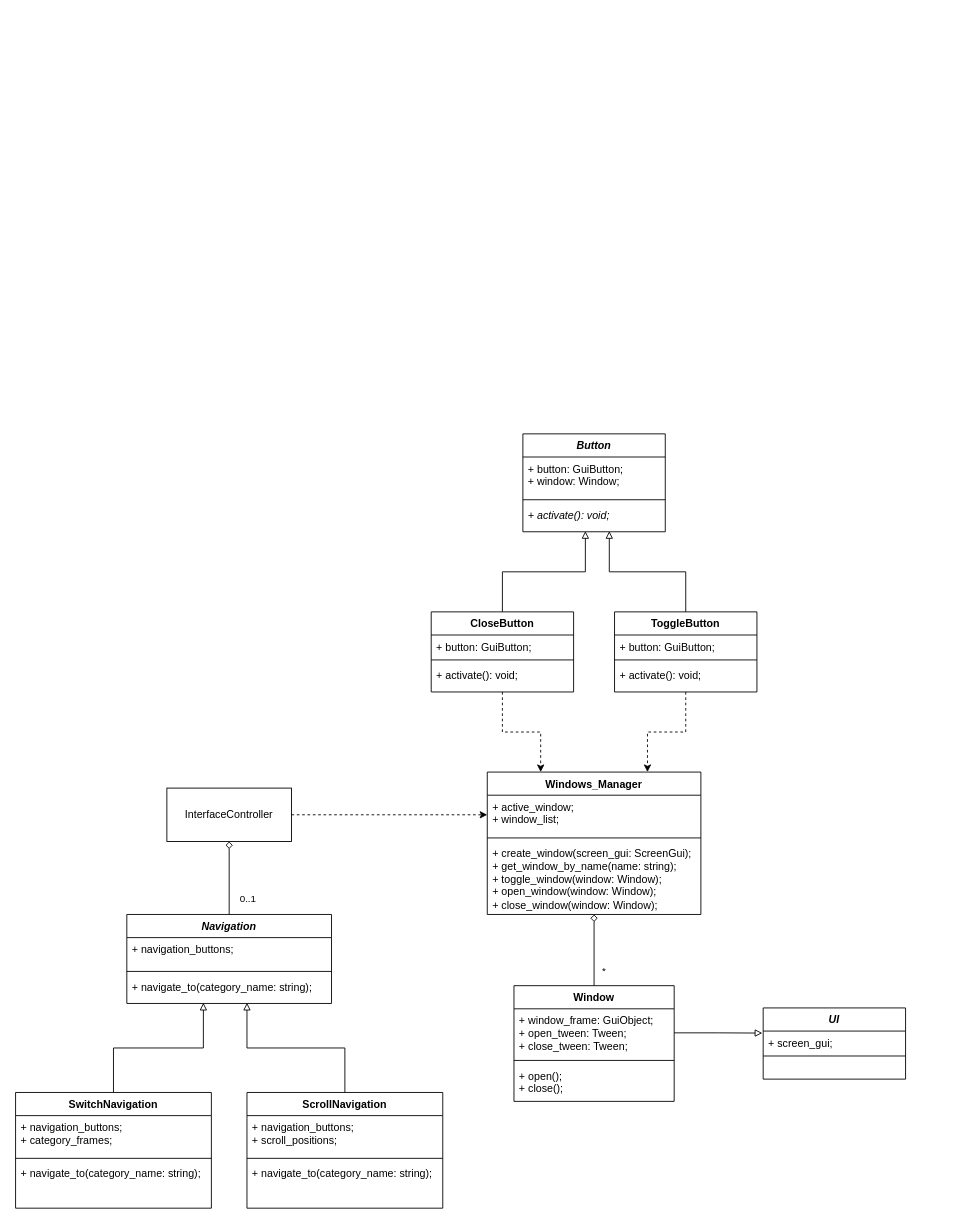
Before: UI_Manager.drawio in olimaly/Diagrams, a draw.io diagram. Source tidied: cells renumbered, new cells numbered last; positions are measured from the earlier drawing's top-left corner, leaving out a move shared by most shapes. Both pictures are drawn from the tidied source at 89%, with x=0, y=0 at pixel (15, 433).
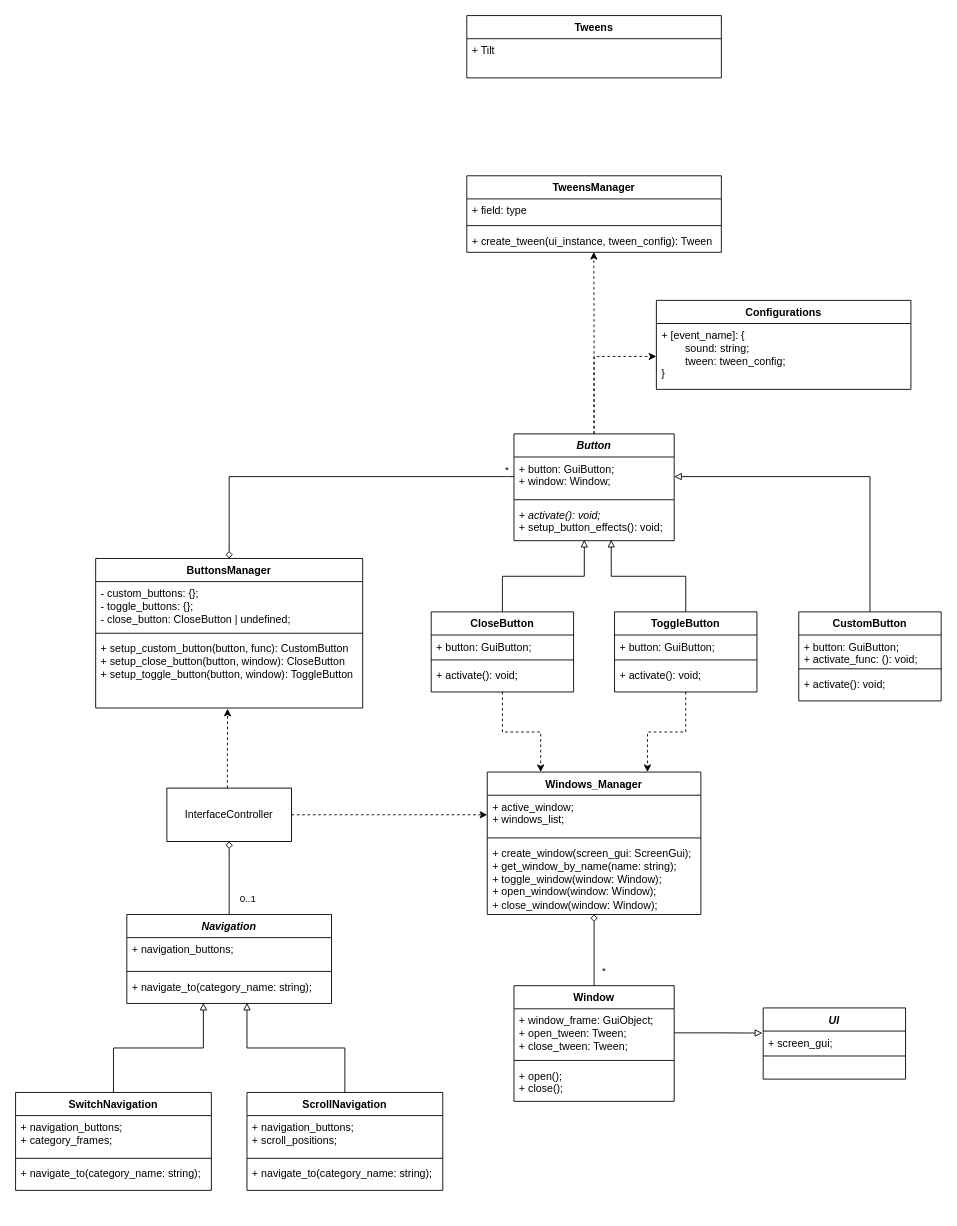
Above is the later version.

The change refers to these unchanged cells:
```xml
<mxCell id="38" value="Windows_Manager" style="swimlane;fontStyle=1;align=center;verticalAlign=top;horizontal=1;startSize=26;whiteSpace=wrap;html=1;" parent="1" vertex="1">
  <mxGeometry x="530" y="380" width="240" height="160" as="geometry" />
</mxCell>
<mxCell id="50" value="InterfaceController" style="html=1;whiteSpace=wrap;" parent="1" vertex="1">
  <mxGeometry x="170" y="398" width="140" height="60" as="geometry" />
</mxCell>
```

The edit, as a diff of the source:
```diff
@@
+    <mxCell id="51" style="edgeStyle=orthogonalEdgeStyle;rounded=0;jettySize=auto;html=1;entryX=0;entryY=0.5;entryDx=0;entryDy=0;dashed=1;" parent="1" edge="1" source="20" target="69">
+      <mxGeometry relative="1" as="geometry" />
+    </mxCell>
     <mxCell id="20" value="&lt;i&gt;Button&lt;/i&gt;" style="swimlane;fontStyle=1;align=center;verticalAlign=top;horizontal=1;startSize=26;whiteSpace=wrap;html=1;" parent="1" vertex="1">
-      <mxGeometry x="570" width="160" height="110" as="geometry" />
+      <mxGeometry x="560" width="180" height="120" as="geometry" />
     </mxCell>
     <mxCell id="21" value="&lt;div&gt;+ button: GuiButton;&lt;/div&gt;&lt;div&gt;+ window: Window;&lt;/div&gt;" style="text;strokeColor=none;fillColor=none;align=left;verticalAlign=top;spacingLeft=4;spacingRight=4;overflow=hidden;points=[[0,0.5],[1,0.5]];portConstraint=eastwest;whiteSpace=wrap;html=1;" parent="20" vertex="1">
-      <mxGeometry y="26" width="160" height="44" as="geometry" />
+      <mxGeometry y="26" width="180" height="44" as="geometry" />
     </mxCell>
     <mxCell id="22" style="line;strokeWidth=1;fillColor=none;align=left;verticalAlign=middle;spacingTop=-1;spacingLeft=3;spacingRight=3;labelPosition=right;strokeColor=inherit;" parent="20" vertex="1">
-      <mxGeometry y="70" width="160" height="8" as="geometry" />
+      <mxGeometry y="70" width="180" height="8" as="geometry" />
     </mxCell>
-    <mxCell id="23" value="&lt;div&gt;&lt;i&gt;+ activate(): void;&lt;/i&gt;&lt;/div&gt;" style="text;strokeColor=none;fillColor=none;align=left;verticalAlign=top;spacingLeft=4;spacingRight=4;overflow=hidden;points=[[0,0.5],[1,0.5]];portConstraint=eastwest;whiteSpace=wrap;html=1;" parent="20" vertex="1">
-      <mxGeometry y="78" width="160" height="32" as="geometry" />
+    <mxCell id="23" value="&lt;div&gt;&lt;i&gt;+ activate(): void;&lt;/i&gt;&lt;/div&gt;&lt;div&gt;+ setup_button_effects(): void;&lt;/div&gt;" style="text;strokeColor=none;fillColor=none;align=left;verticalAlign=top;spacingLeft=4;spacingRight=4;overflow=hidden;points=[[0,0.5],[1,0.5]];portConstraint=eastwest;whiteSpace=wrap;html=1;" parent="20" vertex="1">
+      <mxGeometry y="78" width="180" height="42" as="geometry" />
     </mxCell>
@@
     <mxCell id="28" value="ScrollNavigation" style="swimlane;fontStyle=1;align=center;verticalAlign=top;horizontal=1;startSize=26;whiteSpace=wrap;html=1;" parent="1" vertex="1">
-      <mxGeometry x="260" y="740" width="220" height="130" as="geometry" />
+      <mxGeometry x="260" y="740" width="220" height="110" as="geometry" />
     </mxCell>
@@
     <mxCell id="31" value="&lt;div&gt;+ navigate_to(category_name: string);&lt;/div&gt;" style="text;strokeColor=none;fillColor=none;align=left;verticalAlign=top;spacingLeft=4;spacingRight=4;overflow=hidden;whiteSpace=wrap;html=1;" parent="28" vertex="1">
-      <mxGeometry y="78" width="220" height="52" as="geometry" />
+      <mxGeometry y="78" width="220" height="32" as="geometry" />
     </mxCell>
     <mxCell id="32" value="SwitchNavigation" style="swimlane;fontStyle=1;align=center;verticalAlign=top;horizontal=1;startSize=26;whiteSpace=wrap;html=1;" parent="1" vertex="1">
-      <mxGeometry y="740" width="220" height="130" as="geometry" />
+      <mxGeometry y="740" width="220" height="110" as="geometry" />
     </mxCell>
@@
     <mxCell id="35" value="&lt;div&gt;+ navigate_to(category_name: string);&lt;/div&gt;" style="text;strokeColor=none;fillColor=none;align=left;verticalAlign=top;spacingLeft=4;spacingRight=4;overflow=hidden;whiteSpace=wrap;html=1;" parent="32" vertex="1">
-      <mxGeometry y="78" width="220" height="52" as="geometry" />
+      <mxGeometry y="78" width="220" height="32" as="geometry" />
     </mxCell>
@@
-    <mxCell id="39" value="&lt;div&gt;+ active_window;&lt;/div&gt;&lt;div&gt;+ window_list;&lt;/div&gt;" style="text;strokeColor=none;fillColor=none;align=left;verticalAlign=top;spacingLeft=4;spacingRight=4;overflow=hidden;points=[[0,0.5],[1,0.5]];portConstraint=eastwest;whiteSpace=wrap;html=1;" parent="38" vertex="1">
+    <mxCell id="39" value="&lt;div&gt;+ active_window;&lt;/div&gt;&lt;div&gt;+ windows_list;&lt;/div&gt;" style="text;strokeColor=none;fillColor=none;align=left;verticalAlign=top;spacingLeft=4;spacingRight=4;overflow=hidden;points=[[0,0.5],[1,0.5]];portConstraint=eastwest;whiteSpace=wrap;html=1;" parent="38" vertex="1">
       <mxGeometry y="26" width="240" height="44" as="geometry" />
     </mxCell>
@@
+    <mxCell id="52" style="edgeStyle=orthogonalEdgeStyle;rounded=0;jettySize=auto;html=1;entryX=1;entryY=0.5;entryDx=0;entryDy=0;endArrow=block;endFill=0;" parent="1" edge="1" source="53" target="21">
+      <mxGeometry relative="1" as="geometry" />
+    </mxCell>
+    <mxCell id="53" value="CustomButton&lt;div&gt;&lt;br&gt;&lt;/div&gt;" style="swimlane;fontStyle=1;align=center;verticalAlign=top;horizontal=1;startSize=26;whiteSpace=wrap;html=1;" parent="1" vertex="1">
+      <mxGeometry x="880" y="200" width="160" height="100" as="geometry" />
+    </mxCell>
+    <mxCell id="54" value="&lt;div&gt;+ button: GuiButton;&lt;/div&gt;&lt;div&gt;+ activate_func: (): void;&lt;/div&gt;&lt;div&gt;&lt;br&gt;&lt;/div&gt;" style="text;strokeColor=none;fillColor=none;align=left;verticalAlign=top;spacingLeft=4;spacingRight=4;overflow=hidden;whiteSpace=wrap;html=1;" parent="53" vertex="1">
+      <mxGeometry y="26" width="160" height="34" as="geometry" />
+    </mxCell>
+    <mxCell id="55" style="line;strokeWidth=1;fillColor=none;align=left;verticalAlign=middle;spacingTop=-1;spacingLeft=3;spacingRight=3;labelPosition=right;strokeColor=inherit;" parent="53" vertex="1">
+      <mxGeometry y="60" width="160" height="8" as="geometry" />
+    </mxCell>
+    <mxCell id="56" value="&lt;div&gt;+ activate(): void;&lt;/div&gt;" style="text;strokeColor=none;fillColor=none;align=left;verticalAlign=top;spacingLeft=4;spacingRight=4;overflow=hidden;whiteSpace=wrap;html=1;" parent="53" vertex="1">
+      <mxGeometry y="68" width="160" height="32" as="geometry" />
+    </mxCell>
+    <mxCell id="57" value="TweensManager" style="swimlane;fontStyle=1;align=center;verticalAlign=top;horizontal=1;startSize=26;whiteSpace=wrap;html=1;" parent="1" vertex="1">
+      <mxGeometry x="507" y="-290" width="286" height="86" as="geometry" />
+    </mxCell>
+    <mxCell id="58" value="+ field: type" style="text;strokeColor=none;fillColor=none;align=left;verticalAlign=top;spacingLeft=4;spacingRight=4;overflow=hidden;whiteSpace=wrap;html=1;" parent="57" vertex="1">
+      <mxGeometry y="26" width="286" height="26" as="geometry" />
+    </mxCell>
+    <mxCell id="59" style="line;strokeWidth=1;fillColor=none;align=left;verticalAlign=middle;spacingTop=-1;spacingLeft=3;spacingRight=3;labelPosition=right;strokeColor=inherit;" parent="57" vertex="1">
+      <mxGeometry y="52" width="286" height="8" as="geometry" />
+    </mxCell>
+    <mxCell id="60" value="+ create_tween(ui_instance, tween_config): Tween" style="text;strokeColor=none;fillColor=none;align=left;verticalAlign=top;spacingLeft=4;spacingRight=4;overflow=hidden;points=[[0,0.5],[1,0.5]];portConstraint=eastwest;whiteSpace=wrap;html=1;" parent="57" vertex="1">
+      <mxGeometry y="60" width="286" height="26" as="geometry" />
+    </mxCell>
+    <mxCell id="61" style="edgeStyle=orthogonalEdgeStyle;rounded=0;jettySize=auto;html=1;entryX=0;entryY=0.5;entryDx=0;entryDy=0;endArrow=none;endFill=0;startArrow=diamond;startFill=0;" parent="1" edge="1" source="63" target="21">
+      <mxGeometry relative="1" as="geometry" />
+    </mxCell>
+    <mxCell id="62" value="*" style="edgeLabel;html=1;align=center;verticalAlign=middle;" parent="61" vertex="1">
+      <mxGeometry x="0.92" y="2" relative="1" as="geometry">
+        <mxPoint x="7" y="-6" as="offset" />
+      </mxGeometry>
+    </mxCell>
+    <mxCell id="63" value="ButtonsManager" style="swimlane;fontStyle=1;align=center;verticalAlign=top;horizontal=1;startSize=26;whiteSpace=wrap;html=1;" parent="1" vertex="1">
+      <mxGeometry x="90" y="140" width="300" height="168" as="geometry" />
+    </mxCell>
+    <mxCell id="64" value="- custom_buttons: {};&lt;div&gt;- toggle_buttons: {};&lt;br&gt;&lt;div&gt;- close_button: CloseButton | undefined;&lt;/div&gt;&lt;div&gt;&lt;br&gt;&lt;/div&gt;&lt;div&gt;&amp;nbsp;&lt;/div&gt;&lt;/div&gt;" style="text;strokeColor=none;fillColor=none;align=left;verticalAlign=top;spacingLeft=4;spacingRight=4;overflow=hidden;whiteSpace=wrap;html=1;" parent="63" vertex="1">
+      <mxGeometry y="26" width="300" height="54" as="geometry" />
+    </mxCell>
+    <mxCell id="65" style="line;strokeWidth=1;fillColor=none;align=left;verticalAlign=middle;spacingTop=-1;spacingLeft=3;spacingRight=3;labelPosition=right;strokeColor=inherit;" parent="63" vertex="1">
+      <mxGeometry y="80" width="300" height="8" as="geometry" />
+    </mxCell>
+    <mxCell id="66" value="+ setup_custom_button(button, func): CustomButton&lt;div&gt;+ setup_close_button(button, window): CloseButton&lt;/div&gt;&lt;div&gt;+ setup_toggle_button(button, window): ToggleButton&lt;/div&gt;" style="text;strokeColor=none;fillColor=none;align=left;verticalAlign=top;spacingLeft=4;spacingRight=4;overflow=hidden;points=[[0,0.5],[1,0.5]];portConstraint=eastwest;whiteSpace=wrap;html=1;" parent="63" vertex="1">
+      <mxGeometry y="88" width="300" height="80" as="geometry" />
+    </mxCell>
+    <mxCell id="67" style="edgeStyle=orthogonalEdgeStyle;rounded=0;jettySize=auto;html=1;entryX=0.494;entryY=1.01;entryDx=0;entryDy=0;entryPerimeter=0;endArrow=classic;endFill=1;startArrow=none;startFill=0;dashed=1;" parent="1" edge="1" source="50" target="66">
+      <mxGeometry relative="1" as="geometry">
+        <Array as="points">
+          <mxPoint x="238" y="360" />
+          <mxPoint x="238" y="360" />
+        </Array>
+      </mxGeometry>
+    </mxCell>
+    <mxCell id="68" value="Configurations" style="swimlane;fontStyle=1;align=center;verticalAlign=top;horizontal=1;startSize=26;whiteSpace=wrap;html=1;" parent="1" vertex="1">
+      <mxGeometry x="720" y="-150" width="286" height="100" as="geometry" />
+    </mxCell>
+    <mxCell id="69" value="+ [event_name]: {&lt;div&gt;&lt;span style=&quot;white-space: pre;&quot;&gt;&#9;&lt;/span&gt;sound: string;&lt;br&gt;&lt;/div&gt;&lt;div&gt;&lt;span style=&quot;white-space: pre;&quot;&gt;&#9;&lt;/span&gt;tween: tween_config;&lt;br&gt;&lt;/div&gt;&lt;div&gt;}&lt;/div&gt;" style="text;strokeColor=none;fillColor=none;align=left;verticalAlign=top;spacingLeft=4;spacingRight=4;overflow=hidden;points=[[0,0.5],[1,0.5]];portConstraint=eastwest;whiteSpace=wrap;html=1;" parent="68" vertex="1">
+      <mxGeometry y="26" width="286" height="74" as="geometry" />
+    </mxCell>
+    <mxCell id="70" style="edgeStyle=orthogonalEdgeStyle;rounded=0;jettySize=auto;html=1;entryX=0.499;entryY=0.986;entryDx=0;entryDy=0;entryPerimeter=0;dashed=1;" parent="1" edge="1" source="20" target="60">
+      <mxGeometry relative="1" as="geometry" />
+    </mxCell>
+    <mxCell id="71" value="Tweens" style="swimlane;fontStyle=1;align=center;verticalAlign=top;horizontal=1;startSize=26;whiteSpace=wrap;html=1;" parent="1" vertex="1">
+      <mxGeometry x="507" y="-470" width="286" height="70" as="geometry" />
+    </mxCell>
+    <mxCell id="72" value="+ Tilt" style="text;strokeColor=none;fillColor=none;align=left;verticalAlign=top;spacingLeft=4;spacingRight=4;overflow=hidden;whiteSpace=wrap;html=1;" parent="71" vertex="1">
+      <mxGeometry y="26" width="286" height="44" as="geometry" />
+    </mxCell>
```
